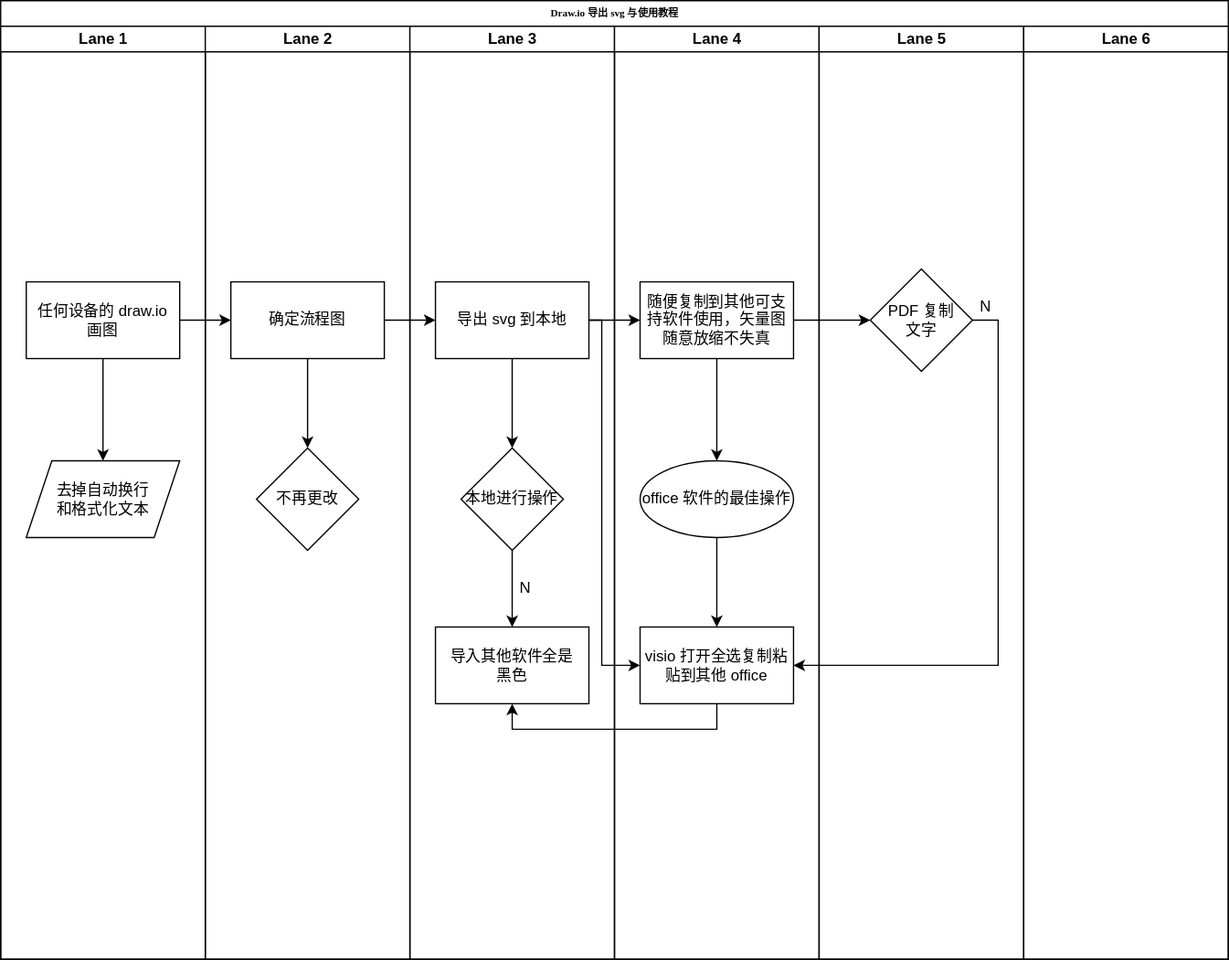
Earlier version of the draw.io export Draw.io/draw.io 的导出教程.svg (InoryLwc/ConfigRepo). Source tidied: cells renumbered, new cells last; positions are measured from the earlier drawing's top-left corner, leaving out a move shared by most shapes.
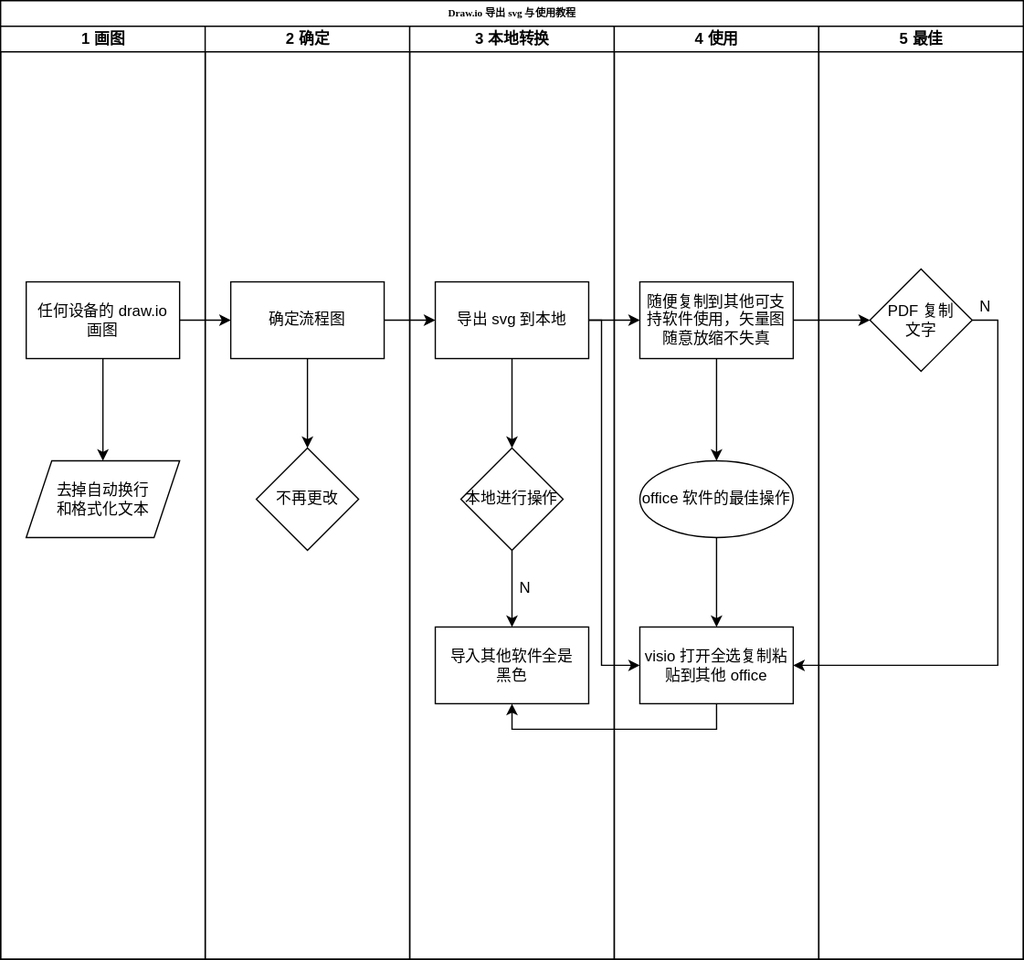
The same diagram one commit later.

Commit message:
更新draw.io 的导出教程.svg

The edit, as a diff of the source:
```diff
@@ -3,9 +3,9 @@
     <mxCell id="0" />
     <mxCell id="1" parent="0" />
     <mxCell id="2" value="Draw.io 导出 svg 与使用教程" style="swimlane;html=1;startSize=20;rounded=0;shadow=0;labelBackgroundColor=none;strokeWidth=1;fontFamily=Verdana;fontSize=8;align=center;" parent="1" vertex="1">
-      <mxGeometry width="960" height="750" as="geometry" />
+      <mxGeometry width="800" height="750" as="geometry" />
     </mxCell>
-    <mxCell id="3" value="Lane 1" style="swimlane;html=1;startSize=20;" parent="2" vertex="1">
+    <mxCell id="3" value="1 画图" style="swimlane;html=1;startSize=20;" parent="2" vertex="1">
       <mxGeometry y="20" width="160" height="730" as="geometry" />
     </mxCell>
     <mxCell id="4" style="edgeStyle=orthogonalEdgeStyle;rounded=0;jettySize=auto;html=1;" parent="3" edge="1" source="5" target="6">
@@ -17,13 +17,13 @@
     <mxCell id="6" value="去掉自动换行&lt;br&gt;和格式化文本" style="shape=parallelogram;perimeter=parallelogramPerimeter;whiteSpace=wrap;html=1;fixedSize=1;rounded=0;" parent="3" vertex="1">
       <mxGeometry x="20" y="340" width="120" height="60" as="geometry" />
     </mxCell>
-    <mxCell id="7" value="Lane 2" style="swimlane;html=1;startSize=20;" parent="2" vertex="1">
+    <mxCell id="7" value="2 确定" style="swimlane;html=1;startSize=20;" parent="2" vertex="1">
       <mxGeometry x="160" y="20" width="160" height="730" as="geometry" />
     </mxCell>
     <mxCell id="8" value="确定流程图" style="rounded=0;whiteSpace=wrap;html=1;" parent="7" vertex="1">
       <mxGeometry x="20" y="200" width="120" height="60" as="geometry" />
     </mxCell>
-    <mxCell id="9" value="Lane 3" style="swimlane;html=1;startSize=20;" parent="2" vertex="1">
+    <mxCell id="9" value="3 本地转换" style="swimlane;html=1;startSize=20;" parent="2" vertex="1">
       <mxGeometry x="320" y="20" width="160" height="730" as="geometry" />
     </mxCell>
     <mxCell id="10" value="导出 svg 到本地" style="whiteSpace=wrap;html=1;rounded=0;" parent="9" vertex="1">
@@ -38,7 +38,7 @@
     <mxCell id="13" value="导入其他软件全是&lt;br&gt;黑色" style="rounded=0;whiteSpace=wrap;html=1;" parent="9" vertex="1">
       <mxGeometry x="20" y="470" width="120" height="60" as="geometry" />
     </mxCell>
-    <mxCell id="14" value="Lane 4" style="swimlane;html=1;startSize=20;" parent="2" vertex="1">
+    <mxCell id="14" value="4 使用" style="swimlane;html=1;startSize=20;" parent="2" vertex="1">
       <mxGeometry x="480" y="20" width="160" height="730" as="geometry" />
     </mxCell>
     <mxCell id="15" value="随便复制到其他可支持软件使用，矢量图随意放缩不失真" style="whiteSpace=wrap;html=1;rounded=0;" parent="14" vertex="1">
@@ -47,7 +47,7 @@
     <mxCell id="16" value="visio 打开全选复制粘贴到其他 office" style="whiteSpace=wrap;html=1;rounded=0;" parent="14" vertex="1">
       <mxGeometry x="20" y="470" width="120" height="60" as="geometry" />
     </mxCell>
-    <mxCell id="17" value="Lane 5" style="swimlane;html=1;startSize=20;" parent="2" vertex="1">
+    <mxCell id="17" value="5 最佳" style="swimlane;html=1;startSize=20;" parent="2" vertex="1">
       <mxGeometry x="640" y="20" width="160" height="730" as="geometry" />
     </mxCell>
     <mxCell id="18" value="PDF 复制&lt;br&gt;文字" style="rhombus;whiteSpace=wrap;html=1;" parent="17" vertex="1">
@@ -56,9 +56,6 @@
     <mxCell id="19" value="N" style="text;html=1;align=center;verticalAlign=middle;strokeColor=none;fillColor=none;" parent="17" vertex="1">
       <mxGeometry x="120" y="210" width="20" height="20" as="geometry" />
     </mxCell>
-    <mxCell id="20" value="Lane 6" style="swimlane;html=1;startSize=20;" parent="2" vertex="1">
-      <mxGeometry x="800" y="20" width="160" height="730" as="geometry" />
-    </mxCell>
     <mxCell id="21" style="edgeStyle=orthogonalEdgeStyle;rounded=0;jettySize=auto;html=1;" parent="2" edge="1" source="5" target="8">
       <mxGeometry relative="1" as="geometry" />
     </mxCell>
```
